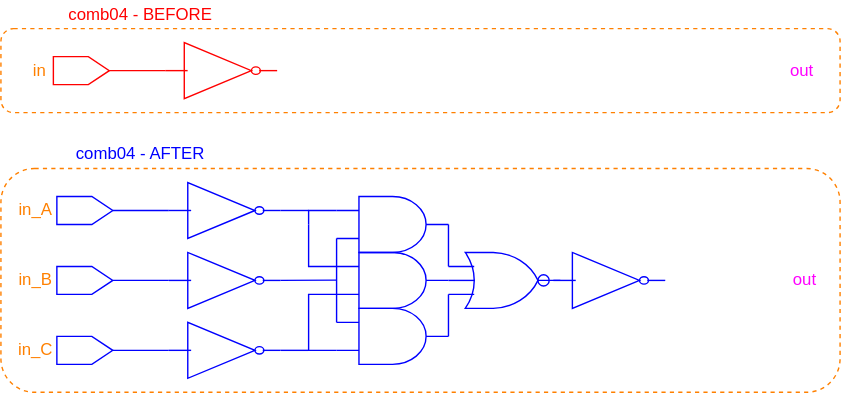
This is figures/dark-mode/user_guide_examples/comb_logic/comb04_input_and_logic_triplication.drawio.svg from AlbertHansen/TripleModularRedundancyTool_developer_guide, a draw.io export, as it was before one commit. Source tidied: cells renumbered, new cells last; positions are measured from the earlier drawing's top-left corner, leaving out a move shared by most shapes.
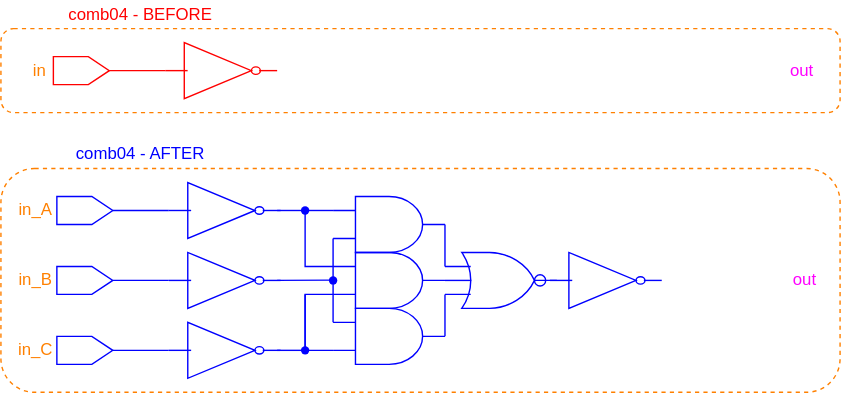
The same file after the commit.

Change to the diagram source:
```diff
@@ -82,91 +82,107 @@
     <mxCell id="27" value="comb04 - AFTER" style="text;html=1;strokeColor=none;fillColor=none;align=center;verticalAlign=middle;whiteSpace=wrap;rounded=0;dashed=1;fontColor=#0000FF;" parent="1" vertex="1">
       <mxGeometry x="40" y="100" width="120" height="20" as="geometry" />
     </mxCell>
-    <mxCell id="28" style="edgeStyle=orthogonalEdgeStyle;html=1;exitX=0;exitY=0.25;exitDx=0;exitDy=0;exitPerimeter=0;entryX=0;entryY=0.75;entryDx=0;entryDy=0;entryPerimeter=0;endArrow=none;endFill=0;rounded=0;fontColor=#FF00FF;strokeColor=#0000FF;" parent="1" edge="1" source="29" target="35">
-      <mxGeometry relative="1" as="geometry">
-        <Array as="points">
-          <mxPoint x="240" y="200" />
-          <mxPoint x="240" y="200" />
-        </Array>
-      </mxGeometry>
-    </mxCell>
-    <mxCell id="29" style="verticalLabelPosition=bottom;shadow=0;dashed=0;align=center;html=1;verticalAlign=top;shape=mxgraph.electrical.logic_gates.logic_gate;operation=and;fillColor=none;fontColor=#FF00FF;strokeColor=#0000FF;" parent="1" vertex="1">
-      <mxGeometry x="240" y="220" width="80" height="40" as="geometry" />
-    </mxCell>
-    <mxCell id="30" style="edgeStyle=orthogonalEdgeStyle;rounded=0;html=1;exitX=0;exitY=0.75;exitDx=0;exitDy=0;exitPerimeter=0;entryX=0;entryY=0.75;entryDx=0;entryDy=0;entryPerimeter=0;endArrow=none;endFill=0;fontColor=#FF00FF;strokeColor=#0000FF;" parent="1" edge="1" source="33" target="29">
-      <mxGeometry relative="1" as="geometry">
-        <Array as="points">
-          <mxPoint x="220" y="210" />
-          <mxPoint x="220" y="250" />
-        </Array>
-      </mxGeometry>
-    </mxCell>
-    <mxCell id="31" style="edgeStyle=orthogonalEdgeStyle;rounded=0;html=1;entryX=0;entryY=0.25;entryDx=0;entryDy=0;entryPerimeter=0;endArrow=none;endFill=0;fontColor=#FF00FF;strokeColor=#0000FF;startArrow=none;" parent="1" edge="1" target="35">
-      <mxGeometry relative="1" as="geometry">
-        <mxPoint x="220" y="160" as="sourcePoint" />
-        <Array as="points">
-          <mxPoint x="220" y="150" />
-        </Array>
-      </mxGeometry>
-    </mxCell>
-    <mxCell id="32" style="edgeStyle=orthogonalEdgeStyle;rounded=0;html=1;exitX=1;exitY=0.5;exitDx=0;exitDy=0;exitPerimeter=0;entryX=0.235;entryY=0.478;entryDx=0;entryDy=0;entryPerimeter=0;endArrow=none;endFill=0;fontColor=#FF00FF;strokeColor=#0000FF;" parent="1" edge="1" source="33" target="37">
-      <mxGeometry relative="1" as="geometry" />
-    </mxCell>
-    <mxCell id="33" style="verticalLabelPosition=bottom;shadow=0;dashed=0;align=center;html=1;verticalAlign=top;shape=mxgraph.electrical.logic_gates.logic_gate;operation=and;fillColor=none;fontColor=#FF00FF;strokeColor=#0000FF;" parent="1" vertex="1">
-      <mxGeometry x="240" y="180" width="80" height="40" as="geometry" />
-    </mxCell>
-    <mxCell id="34" style="edgeStyle=orthogonalEdgeStyle;rounded=0;html=1;exitX=1;exitY=0.5;exitDx=0;exitDy=0;exitPerimeter=0;entryX=0;entryY=0.25;entryDx=0;entryDy=0;entryPerimeter=0;endArrow=none;endFill=0;fontColor=#FF00FF;strokeColor=#0000FF;" parent="1" edge="1" source="35" target="37">
-      <mxGeometry relative="1" as="geometry">
-        <Array as="points">
-          <mxPoint x="320" y="190" />
-        </Array>
-      </mxGeometry>
-    </mxCell>
-    <mxCell id="35" style="verticalLabelPosition=bottom;shadow=0;dashed=0;align=center;html=1;verticalAlign=top;shape=mxgraph.electrical.logic_gates.logic_gate;operation=and;fillColor=none;fontColor=#FF00FF;strokeColor=#0000FF;" parent="1" vertex="1">
-      <mxGeometry x="240" y="140" width="80" height="40" as="geometry" />
-    </mxCell>
-    <mxCell id="36" style="edgeStyle=orthogonalEdgeStyle;rounded=0;html=1;exitX=0;exitY=0.75;exitDx=0;exitDy=0;exitPerimeter=0;entryX=1;entryY=0.5;entryDx=0;entryDy=0;entryPerimeter=0;endArrow=none;endFill=0;fontColor=#FF00FF;strokeColor=#0000FF;" parent="1" edge="1" source="37" target="29">
-      <mxGeometry relative="1" as="geometry">
-        <Array as="points">
-          <mxPoint x="320" y="230" />
-          <mxPoint x="320" y="230" />
-        </Array>
-      </mxGeometry>
-    </mxCell>
-    <mxCell id="37" style="verticalLabelPosition=bottom;shadow=0;dashed=0;align=center;html=1;verticalAlign=top;shape=mxgraph.electrical.logic_gates.logic_gate;operation=or;fillColor=none;fontColor=#FF00FF;strokeColor=#0000FF;" parent="1" vertex="1">
-      <mxGeometry x="320" y="180" width="80" height="40" as="geometry" />
-    </mxCell>
-    <mxCell id="38" style="verticalLabelPosition=bottom;shadow=0;dashed=0;align=center;html=1;verticalAlign=top;shape=mxgraph.electrical.logic_gates.inverting_contact;fillColor=none;fontColor=#FF00FF;strokeColor=#0000FF;" parent="1" vertex="1">
-      <mxGeometry x="383" y="195" width="10" height="10" as="geometry" />
-    </mxCell>
-    <mxCell id="39" style="verticalLabelPosition=bottom;shadow=0;dashed=0;align=center;html=1;verticalAlign=top;shape=mxgraph.electrical.logic_gates.inverter_2;fillColor=none;fontColor=#FF00FF;strokeColor=#0000FF;" parent="1" vertex="1">
-      <mxGeometry x="395" y="180" width="80" height="40" as="geometry" />
-    </mxCell>
-    <mxCell id="40" style="endArrow=none;html=1;rounded=0;fontColor=#FF00FF;strokeColor=#0000FF;" parent="1" edge="1">
-      <mxGeometry relative="1" as="geometry">
-        <mxPoint x="200" y="150" as="sourcePoint" />
-        <mxPoint x="220" y="150" as="targetPoint" />
-      </mxGeometry>
-    </mxCell>
-    <mxCell id="41" style="endArrow=none;html=1;rounded=0;fontColor=#FF00FF;strokeColor=#0000FF;" parent="1" edge="1">
-      <mxGeometry relative="1" as="geometry">
-        <mxPoint x="200" y="250" as="sourcePoint" />
-        <mxPoint x="220" y="250" as="targetPoint" />
-      </mxGeometry>
-    </mxCell>
-    <mxCell id="42" style="endArrow=none;html=1;rounded=0;fontColor=#FF00FF;strokeColor=#0000FF;" parent="1" edge="1">
-      <mxGeometry relative="1" as="geometry">
-        <mxPoint x="200" y="200" as="sourcePoint" />
-        <mxPoint x="240" y="199.8" as="targetPoint" />
-      </mxGeometry>
-    </mxCell>
-    <mxCell id="43" style="edgeStyle=orthogonalEdgeStyle;rounded=0;html=1;exitX=0;exitY=0.25;exitDx=0;exitDy=0;exitPerimeter=0;endArrow=none;endFill=0;fontColor=#FF00FF;strokeColor=#0000FF;" parent="1" edge="1" source="33">
+    <mxCell id="43" style="edgeStyle=orthogonalEdgeStyle;html=1;exitDx=0;exitDy=0;exitPerimeter=0;entryX=0;entryY=0.75;entryDx=0;entryDy=0;entryPerimeter=0;endArrow=none;endFill=0;rounded=0;startArrow=none;strokeColor=#0000FF;" parent="1" edge="1" source="61" target="50">
       <mxGeometry relative="1" as="geometry">
-        <mxPoint x="220" y="160" as="targetPoint" />
         <Array as="points">
-          <mxPoint x="220" y="190" />
+          <mxPoint x="237.5" y="200" />
         </Array>
       </mxGeometry>
     </mxCell>
+    <mxCell id="44" style="verticalLabelPosition=bottom;shadow=0;dashed=0;align=center;html=1;verticalAlign=top;shape=mxgraph.electrical.logic_gates.logic_gate;operation=and;fillColor=none;strokeColor=#0000FF;" parent="1" vertex="1">
+      <mxGeometry x="237.5" y="220" width="80" height="40" as="geometry" />
+    </mxCell>
+    <mxCell id="45" style="edgeStyle=orthogonalEdgeStyle;rounded=0;html=1;exitDx=0;exitDy=0;exitPerimeter=0;entryX=0;entryY=0.75;entryDx=0;entryDy=0;entryPerimeter=0;endArrow=none;endFill=0;startArrow=none;strokeColor=#0000FF;" parent="1" edge="1" source="63" target="44">
+      <mxGeometry relative="1" as="geometry">
+        <Array as="points">
+          <mxPoint x="217.5" y="210" />
+          <mxPoint x="217.5" y="250" />
+        </Array>
+      </mxGeometry>
+    </mxCell>
+    <mxCell id="46" style="edgeStyle=orthogonalEdgeStyle;rounded=0;html=1;exitDx=0;exitDy=0;exitPerimeter=0;entryX=0;entryY=0.25;entryDx=0;entryDy=0;entryPerimeter=0;endArrow=none;endFill=0;startArrow=none;strokeColor=#0000FF;" parent="1" edge="1" source="59" target="50">
+      <mxGeometry relative="1" as="geometry">
+        <Array as="points">
+          <mxPoint x="217.5" y="150" />
+        </Array>
+      </mxGeometry>
+    </mxCell>
+    <mxCell id="47" style="edgeStyle=orthogonalEdgeStyle;rounded=0;html=1;exitX=1;exitY=0.5;exitDx=0;exitDy=0;exitPerimeter=0;entryX=0.235;entryY=0.478;entryDx=0;entryDy=0;entryPerimeter=0;endArrow=none;endFill=0;strokeColor=#0000FF;" parent="1" edge="1" source="48" target="52">
+      <mxGeometry relative="1" as="geometry" />
+    </mxCell>
+    <mxCell id="48" style="verticalLabelPosition=bottom;shadow=0;dashed=0;align=center;html=1;verticalAlign=top;shape=mxgraph.electrical.logic_gates.logic_gate;operation=and;fillColor=none;strokeColor=#0000FF;" parent="1" vertex="1">
+      <mxGeometry x="237.5" y="180" width="80" height="40" as="geometry" />
+    </mxCell>
+    <mxCell id="49" style="edgeStyle=orthogonalEdgeStyle;rounded=0;html=1;exitX=1;exitY=0.5;exitDx=0;exitDy=0;exitPerimeter=0;entryX=0;entryY=0.25;entryDx=0;entryDy=0;entryPerimeter=0;endArrow=none;endFill=0;strokeColor=#0000FF;" parent="1" edge="1" source="50" target="52">
+      <mxGeometry relative="1" as="geometry">
+        <Array as="points">
+          <mxPoint x="317.5" y="190" />
+        </Array>
+      </mxGeometry>
+    </mxCell>
+    <mxCell id="50" style="verticalLabelPosition=bottom;shadow=0;dashed=0;align=center;html=1;verticalAlign=top;shape=mxgraph.electrical.logic_gates.logic_gate;operation=and;fillColor=none;strokeColor=#0000FF;" parent="1" vertex="1">
+      <mxGeometry x="237.5" y="140" width="80" height="40" as="geometry" />
+    </mxCell>
+    <mxCell id="51" style="edgeStyle=orthogonalEdgeStyle;rounded=0;html=1;exitX=0;exitY=0.75;exitDx=0;exitDy=0;exitPerimeter=0;entryX=1;entryY=0.5;entryDx=0;entryDy=0;entryPerimeter=0;endArrow=none;endFill=0;strokeColor=#0000FF;" parent="1" edge="1" source="52" target="44">
+      <mxGeometry relative="1" as="geometry">
+        <Array as="points">
+          <mxPoint x="317.5" y="230" />
+          <mxPoint x="317.5" y="230" />
+        </Array>
+      </mxGeometry>
+    </mxCell>
+    <mxCell id="52" style="verticalLabelPosition=bottom;shadow=0;dashed=0;align=center;html=1;verticalAlign=top;shape=mxgraph.electrical.logic_gates.logic_gate;operation=or;fillColor=none;strokeColor=#0000FF;" parent="1" vertex="1">
+      <mxGeometry x="317.5" y="180" width="80" height="40" as="geometry" />
+    </mxCell>
+    <mxCell id="53" style="verticalLabelPosition=bottom;shadow=0;dashed=0;align=center;html=1;verticalAlign=top;shape=mxgraph.electrical.logic_gates.inverting_contact;fillColor=none;strokeColor=#0000FF;" parent="1" vertex="1">
+      <mxGeometry x="380.5" y="195" width="10" height="10" as="geometry" />
+    </mxCell>
+    <mxCell id="54" style="verticalLabelPosition=bottom;shadow=0;dashed=0;align=center;html=1;verticalAlign=top;shape=mxgraph.electrical.logic_gates.inverter_2;fillColor=none;strokeColor=#0000FF;" parent="1" vertex="1">
+      <mxGeometry x="392.5" y="180" width="80" height="40" as="geometry" />
+    </mxCell>
+    <mxCell id="55" style="endArrow=none;html=1;rounded=0;strokeColor=#0000FF;" parent="1" edge="1">
+      <mxGeometry relative="1" as="geometry">
+        <mxPoint x="197.5" y="150" as="sourcePoint" />
+        <mxPoint x="217.5" y="150" as="targetPoint" />
+      </mxGeometry>
+    </mxCell>
+    <mxCell id="56" style="endArrow=none;html=1;rounded=0;strokeColor=#0000FF;" parent="1" edge="1">
+      <mxGeometry relative="1" as="geometry">
+        <mxPoint x="197.5" y="250" as="sourcePoint" />
+        <mxPoint x="217.5" y="250" as="targetPoint" />
+      </mxGeometry>
+    </mxCell>
+    <mxCell id="57" style="endArrow=none;html=1;rounded=0;strokeColor=#0000FF;" parent="1" edge="1">
+      <mxGeometry relative="1" as="geometry">
+        <mxPoint x="197.5" y="200" as="sourcePoint" />
+        <mxPoint x="237.5" y="199.8" as="targetPoint" />
+      </mxGeometry>
+    </mxCell>
+    <mxCell id="58" style="edgeStyle=orthogonalEdgeStyle;rounded=0;html=1;exitX=0;exitY=0.25;exitDx=0;exitDy=0;exitPerimeter=0;entryDx=0;entryDy=0;entryPerimeter=0;endArrow=none;endFill=0;strokeColor=#0000FF;" parent="1" edge="1" source="48" target="59">
+      <mxGeometry relative="1" as="geometry">
+        <Array as="points">
+          <mxPoint x="217.5" y="190" />
+        </Array>
+      </mxGeometry>
+    </mxCell>
+    <mxCell id="59" style="shape=waypoint;sketch=0;fillStyle=solid;size=6;points=[];fillColor=none;perimeter=centerPerimeter;snapToPoint=1;strokeColor=#0000FF;" parent="1" vertex="1">
+      <mxGeometry x="207.5" y="140" width="20" height="20" as="geometry" />
+    </mxCell>
+    <mxCell id="60" style="edgeStyle=orthogonalEdgeStyle;html=1;exitX=0;exitY=0.25;exitDx=0;exitDy=0;exitPerimeter=0;entryDx=0;entryDy=0;entryPerimeter=0;endArrow=none;endFill=0;rounded=0;strokeColor=#0000FF;" parent="1" edge="1" source="44" target="61">
+      <mxGeometry relative="1" as="geometry">
+        <Array as="points">
+          <mxPoint x="237.5" y="200" />
+        </Array>
+      </mxGeometry>
+    </mxCell>
+    <mxCell id="61" style="shape=waypoint;sketch=0;fillStyle=solid;size=6;points=[];fillColor=none;perimeter=centerPerimeter;snapToPoint=1;strokeColor=#0000FF;" parent="1" vertex="1">
+      <mxGeometry x="227.5" y="190" width="20" height="20" as="geometry" />
+    </mxCell>
+    <mxCell id="62" style="edgeStyle=orthogonalEdgeStyle;rounded=0;html=1;exitX=0;exitY=0.75;exitDx=0;exitDy=0;exitPerimeter=0;entryDx=0;entryDy=0;entryPerimeter=0;endArrow=none;endFill=0;strokeColor=#0000FF;" parent="1" edge="1" source="48" target="63">
+      <mxGeometry relative="1" as="geometry" />
+    </mxCell>
+    <mxCell id="63" style="shape=waypoint;sketch=0;fillStyle=solid;size=6;points=[];fillColor=none;perimeter=centerPerimeter;snapToPoint=1;strokeColor=#0000FF;" parent="1" vertex="1">
+      <mxGeometry x="207.5" y="240" width="20" height="20" as="geometry" />
+    </mxCell>
   </root>
 </mxGraphModel>
```
